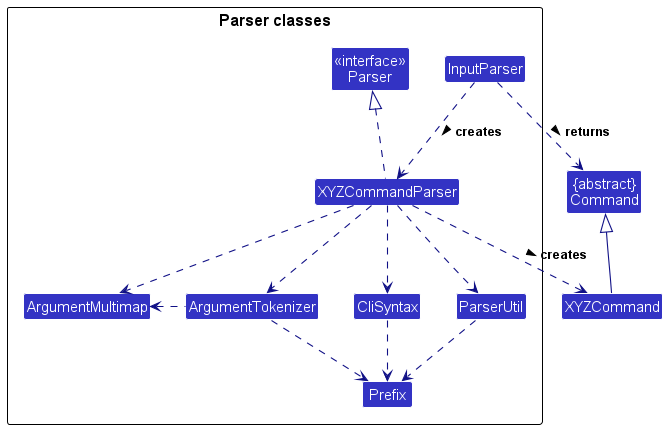
Above: docs/images/ParserClasses.png in nus-cs2103-AY2324S1/tp (PlantUML), before the change.
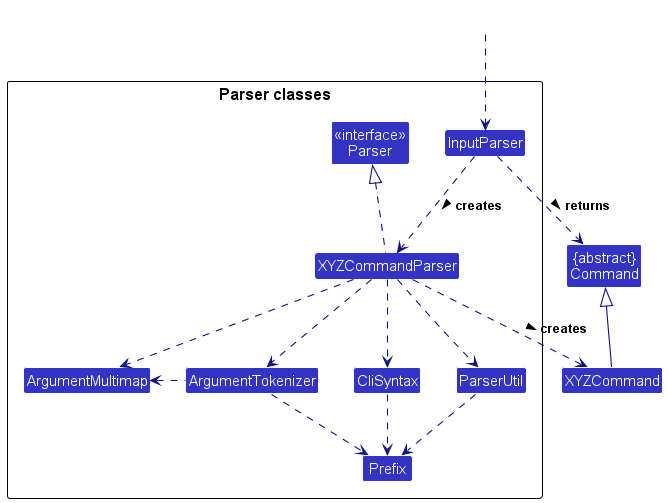
The same diagram one commit later.

Diff of the diagram source:
```diff
@@ -19,6 +19,7 @@
 }
 
 Class HiddenOutside #FFFFFF
+HiddenOutside ..> InputParser
 
 InputParser .down.> XYZCommandParser: creates >
 
```
